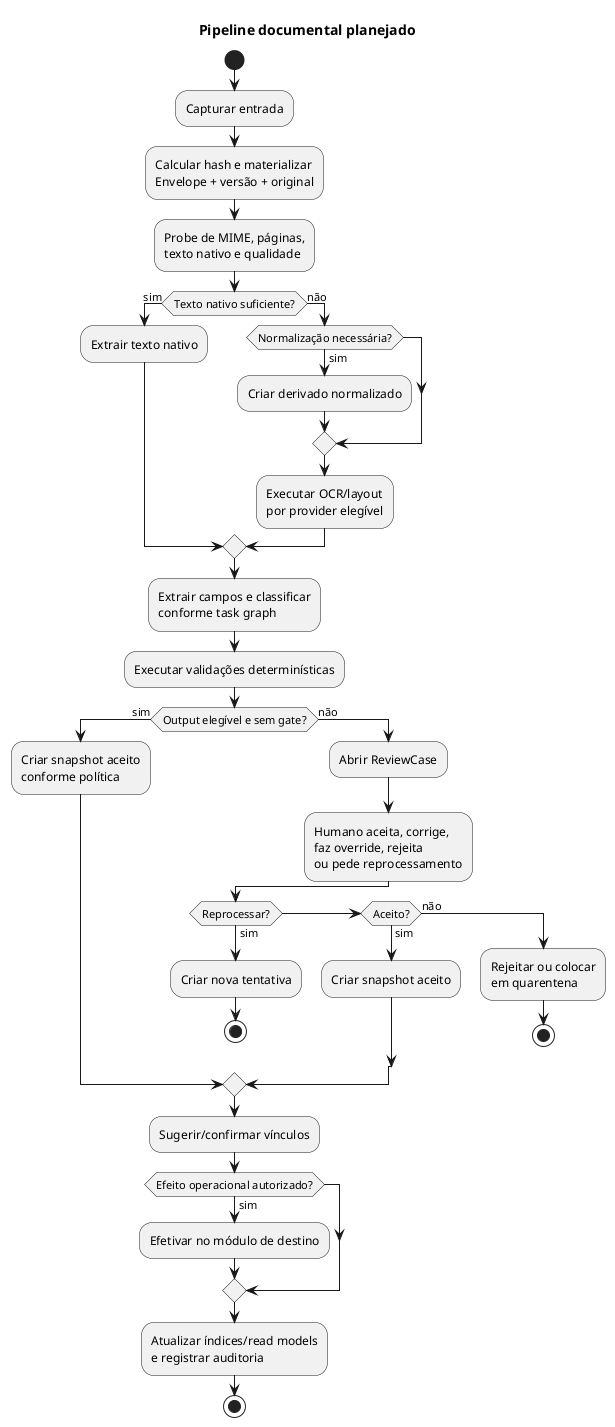
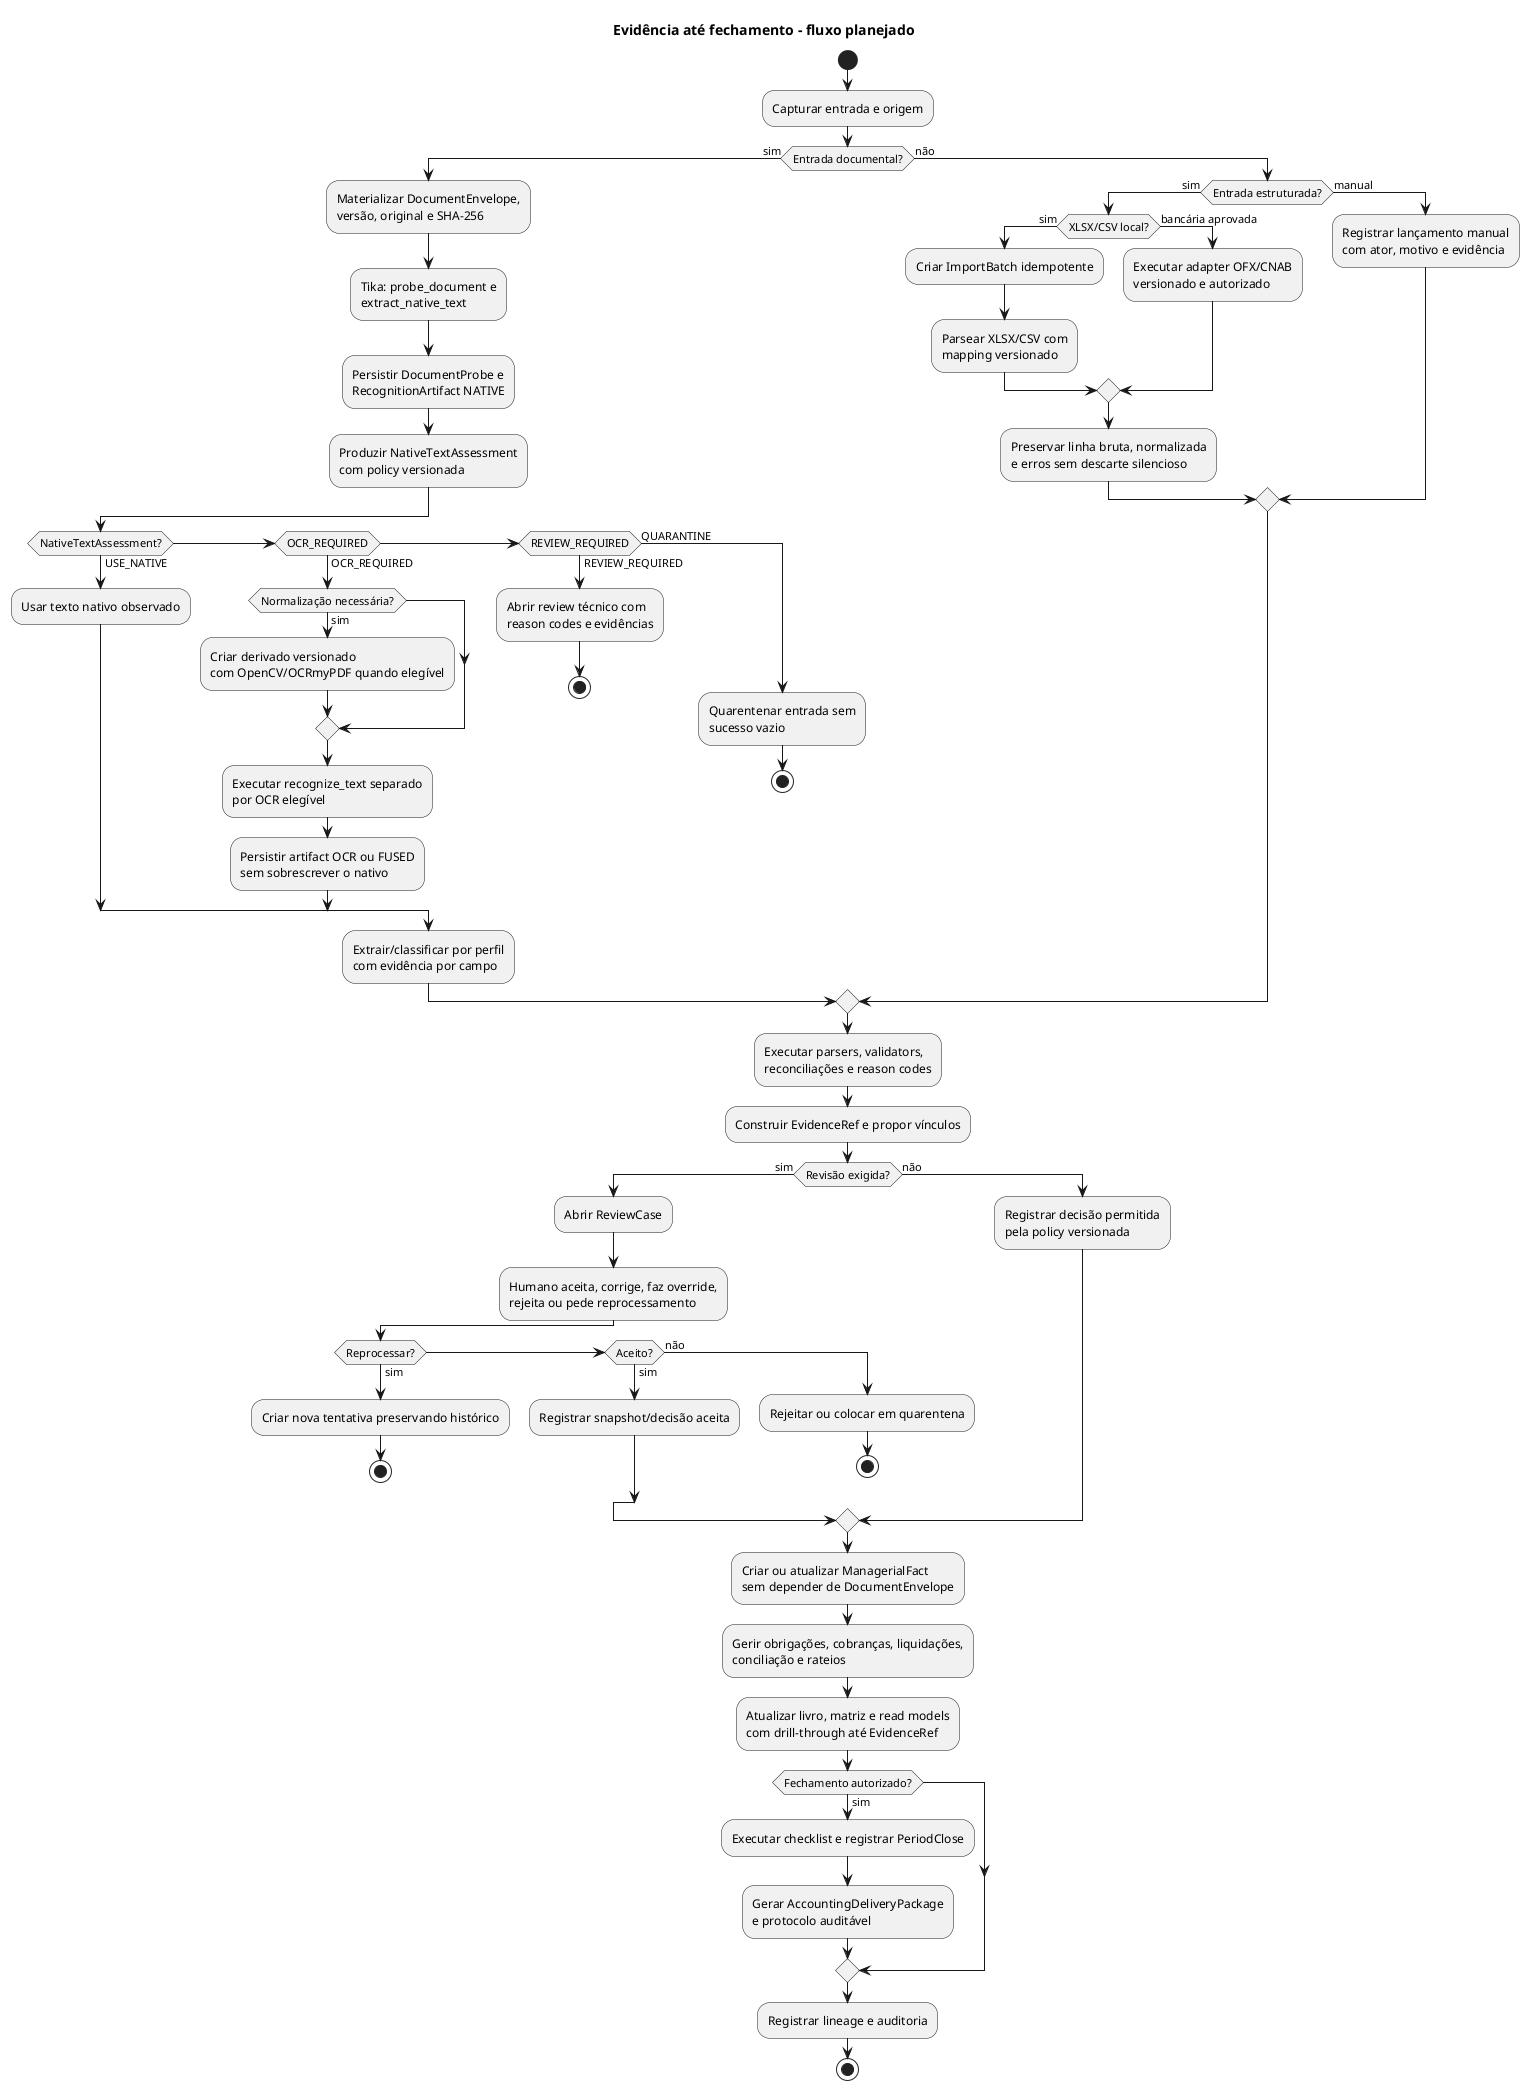
@startuml
- ' Issue #22
+ ' Issues #22 and #73
' Related ADRs: ADR-0012, ADR-0013, ADR-0016 (proposed)
' Guardrail: planned business flow; states and actions are not implemented contracts.

- title Pipeline documental planejado
+ title Evidência até fechamento - fluxo planejado

start
- :Capturar entrada;
- :Calcular hash e materializar\nEnvelope + versão + original;
- :Probe de MIME, páginas,\ntexto nativo e qualidade;
+ :Capturar entrada e origem;

- if (Texto nativo suficiente?) then (sim)
-   :Extrair texto nativo;
+ if (Entrada documental?) then (sim)
+   :Materializar DocumentEnvelope,\nversão, original e SHA-256;
+   :Tika: probe_document e\nextract_native_text;
+   :Persistir DocumentProbe e\nRecognitionArtifact NATIVE;
+   :Produzir NativeTextAssessment\ncom policy versionada;
+   if (NativeTextAssessment?) then (USE_NATIVE)
+     :Usar texto nativo observado;
+   elseif (OCR_REQUIRED) then (OCR_REQUIRED)
+     if (Normalização necessária?) then (sim)
+       :Criar derivado versionado\ncom OpenCV/OCRmyPDF quando elegível;
+     endif
+     :Executar recognize_text separado\npor OCR elegível;
+     :Persistir artifact OCR ou FUSED\nsem sobrescrever o nativo;
+   elseif (REVIEW_REQUIRED) then (REVIEW_REQUIRED)
+     :Abrir review técnico com\nreason codes e evidências;
+     stop
+   else (QUARANTINE)
+     :Quarentenar entrada sem\nsucesso vazio;
+     stop
+   endif
+   :Extrair/classificar por perfil\ncom evidência por campo;
else (não)
-   if (Normalização necessária?) then (sim)
-     :Criar derivado normalizado;
-   endif
-   :Executar OCR/layout\npor provider elegível;
- endif
- 
- :Extrair campos e classificar\nconforme task graph;
- :Executar validações determinísticas;
- 
- if (Output elegível e sem gate?) then (sim)
-   :Criar snapshot aceito\nconforme política;
- else (não)
-   :Abrir ReviewCase;
-   :Humano aceita, corrige,\nfaz override, rejeita\nou pede reprocessamento;
-   if (Reprocessar?) then (sim)
-     :Criar nova tentativa;
-     stop
-   elseif (Aceito?) then (sim)
-     :Criar snapshot aceito;
-   else (não)
-     :Rejeitar ou colocar\nem quarentena;
-     stop
+   if (Entrada estruturada?) then (sim)
+     if (XLSX/CSV local?) then (sim)
+       :Criar ImportBatch idempotente;
+       :Parsear XLSX/CSV com\nmapping versionado;
+     else (bancária aprovada)
+       :Executar adapter OFX/CNAB\nversionado e autorizado;
+     endif
+     :Preservar linha bruta, normalizada\ne erros sem descarte silencioso;
+   else (manual)
+     :Registrar lançamento manual\ncom ator, motivo e evidência;
  endif
endif

- :Sugerir/confirmar vínculos;
+ :Executar parsers, validators,\nreconciliações e reason codes;
+ :Construir EvidenceRef e propor vínculos;

- if (Efeito operacional autorizado?) then (sim)
-   :Efetivar no módulo de destino;
+ if (Revisão exigida?) then (sim)
+   :Abrir ReviewCase;
+   :Humano aceita, corrige, faz override,\nrejeita ou pede reprocessamento;
+   if (Reprocessar?) then (sim)
+     :Criar nova tentativa preservando histórico;
+     stop
+   elseif (Aceito?) then (sim)
+     :Registrar snapshot/decisão aceita;
+   else (não)
+     :Rejeitar ou colocar em quarentena;
+     stop
+   endif
+ else (não)
+   :Registrar decisão permitida\npela policy versionada;
endif

- :Atualizar índices/read models\ne registrar auditoria;
+ :Criar ou atualizar ManagerialFact\nsem depender de DocumentEnvelope;
+ :Gerir obrigações, cobranças, liquidações,\nconciliação e rateios;
+ :Atualizar livro, matriz e read models\ncom drill-through até EvidenceRef;
+ 
+ if (Fechamento autorizado?) then (sim)
+   :Executar checklist e registrar PeriodClose;
+   :Gerar AccountingDeliveryPackage\ne protocolo auditável;
+ endif
+ 
+ :Registrar lineage e auditoria;
stop

@enduml
- 
